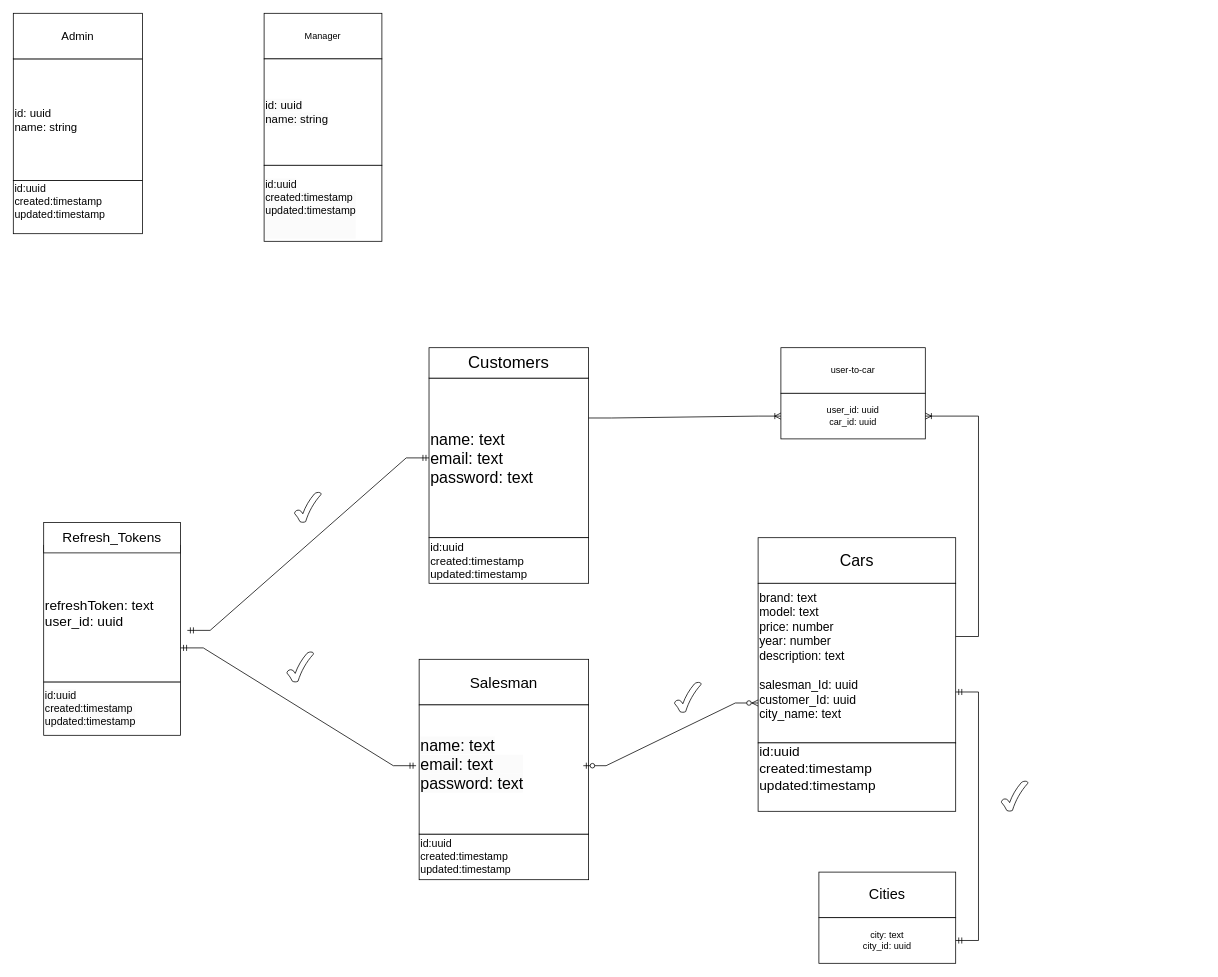
This is AutoRia.drawio from Alex1stTry/auto-ria-clone, a draw.io file, before an edit. Source tidied: cells renumbered, new cells numbered last; positions are measured from the earlier drawing's top-left corner, leaving out a move shared by most shapes. Both pictures are drawn from the tidied source at 76%, with x=0, y=0 at pixel (-86, 13).
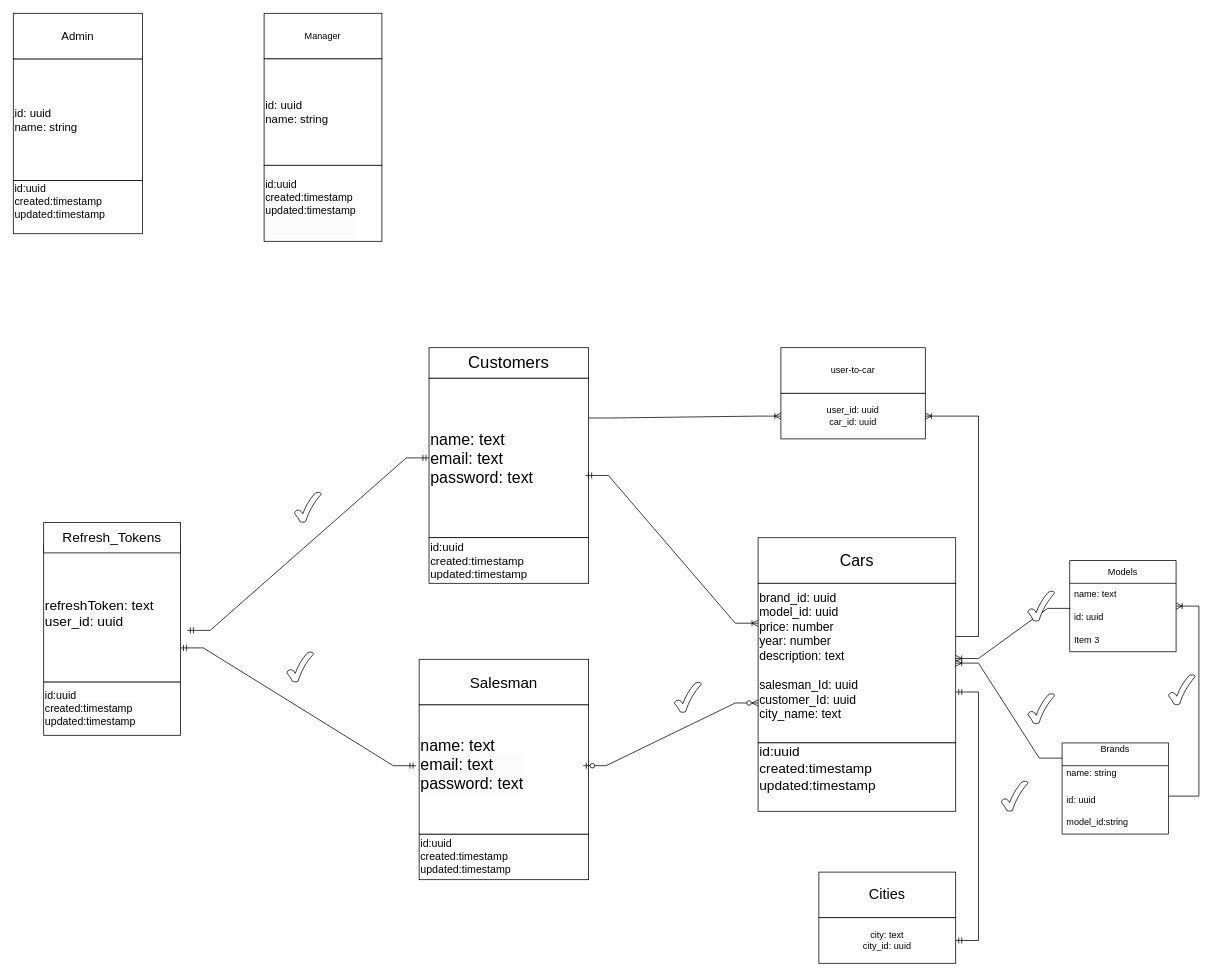
Above is the later version.

The change refers to these unchanged cells:
```xml
<mxCell id="2" value="&lt;font style=&quot;font-size: 21px;&quot;&gt;name: text&lt;/font&gt;&lt;div style=&quot;font-size: 21px;&quot;&gt;&lt;font style=&quot;font-size: 21px;&quot;&gt;email: text&lt;/font&gt;&lt;/div&gt;&lt;div style=&quot;font-size: 21px;&quot;&gt;&lt;font style=&quot;font-size: 21px;&quot;&gt;password: text&lt;/font&gt;&lt;/div&gt;" style="whiteSpace=wrap;html=1;align=left;" parent="1" vertex="1">
  <mxGeometry x="677" y="480" width="210" height="210" as="geometry" />
</mxCell>
```

The edit, as a diff of the source:
```diff
@@
-    <mxCell id="12" value="&lt;font style=&quot;font-size: 16px;&quot;&gt;brand: text&lt;/font&gt;&lt;div style=&quot;font-size: 16px;&quot;&gt;model: text&lt;/div&gt;&lt;div style=&quot;font-size: 16px;&quot;&gt;price: number&lt;/div&gt;&lt;div style=&quot;font-size: 16px;&quot;&gt;year: number&lt;/div&gt;&lt;div style=&quot;font-size: 16px;&quot;&gt;description: text&lt;/div&gt;&lt;div style=&quot;font-size: 16px;&quot;&gt;&lt;br&gt;&lt;/div&gt;&lt;div style=&quot;font-size: 16px;&quot;&gt;salesman_Id: uuid&lt;/div&gt;&lt;div style=&quot;font-size: 16px;&quot;&gt;customer_Id: uuid&lt;/div&gt;&lt;div style=&quot;font-size: 16px;&quot;&gt;city_name: text&lt;/div&gt;&lt;div style=&quot;font-size: 16px;&quot;&gt;&lt;br&gt;&lt;/div&gt;" style="rounded=0;whiteSpace=wrap;html=1;align=left;" parent="1" vertex="1">
+    <mxCell id="12" value="&lt;font style=&quot;font-size: 16px;&quot;&gt;brand_id: uuid&lt;/font&gt;&lt;div style=&quot;font-size: 16px;&quot;&gt;model_id: uuid&lt;/div&gt;&lt;div style=&quot;font-size: 16px;&quot;&gt;price: number&lt;/div&gt;&lt;div style=&quot;font-size: 16px;&quot;&gt;year: number&lt;/div&gt;&lt;div style=&quot;font-size: 16px;&quot;&gt;description: text&lt;/div&gt;&lt;div style=&quot;font-size: 16px;&quot;&gt;&lt;br&gt;&lt;/div&gt;&lt;div style=&quot;font-size: 16px;&quot;&gt;salesman_Id: uuid&lt;/div&gt;&lt;div style=&quot;font-size: 16px;&quot;&gt;customer_Id: uuid&lt;/div&gt;&lt;div style=&quot;font-size: 16px;&quot;&gt;city_name: text&lt;/div&gt;&lt;div style=&quot;font-size: 16px;&quot;&gt;&lt;br&gt;&lt;/div&gt;" style="rounded=0;whiteSpace=wrap;html=1;align=left;" parent="1" vertex="1">
       <mxGeometry x="1110" y="750" width="260" height="210" as="geometry" />
     </mxCell>
@@
+    <mxCell id="35" value="Models" style="swimlane;fontStyle=0;horizontal=1;startSize=30;whiteSpace=wrap;html=1;" parent="1" vertex="1">
+      <mxGeometry x="1520" y="720" width="140" height="120" as="geometry" />
+    </mxCell>
+    <mxCell id="36" value="name: text" style="text;strokeColor=none;fillColor=none;align=left;verticalAlign=middle;spacingLeft=4;spacingRight=4;overflow=hidden;points=[[0,0.5],[1,0.5]];portConstraint=eastwest;whiteSpace=wrap;html=1;" parent="35" vertex="1">
+      <mxGeometry y="30" width="140" height="30" as="geometry" />
+    </mxCell>
+    <mxCell id="37" value="id: uuid" style="text;strokeColor=none;fillColor=none;align=left;verticalAlign=middle;spacingLeft=4;spacingRight=4;overflow=hidden;whiteSpace=wrap;html=1;" parent="35" vertex="1">
+      <mxGeometry y="60" width="140" height="30" as="geometry" />
+    </mxCell>
+    <mxCell id="38" value="Item 3" style="text;strokeColor=none;fillColor=none;align=left;verticalAlign=middle;spacingLeft=4;spacingRight=4;overflow=hidden;whiteSpace=wrap;html=1;" parent="35" vertex="1">
+      <mxGeometry y="90" width="140" height="30" as="geometry" />
+    </mxCell>
+    <mxCell id="39" value="Brands&lt;div&gt;&lt;br&gt;&lt;/div&gt;" style="swimlane;fontStyle=0;horizontal=1;startSize=30;whiteSpace=wrap;html=1;" parent="1" vertex="1">
+      <mxGeometry x="1510" y="960" width="140" height="120" as="geometry" />
+    </mxCell>
+    <mxCell id="40" value="name: string&lt;div&gt;&lt;br&gt;&lt;/div&gt;" style="text;strokeColor=none;fillColor=none;align=left;verticalAlign=middle;spacingLeft=4;spacingRight=4;overflow=hidden;whiteSpace=wrap;html=1;" parent="39" vertex="1">
+      <mxGeometry y="30" width="140" height="30" as="geometry" />
+    </mxCell>
+    <mxCell id="41" value="id: uuid" style="text;strokeColor=none;fillColor=none;align=left;verticalAlign=middle;spacingLeft=4;spacingRight=4;overflow=hidden;whiteSpace=wrap;html=1;" parent="39" vertex="1">
+      <mxGeometry y="60" width="140" height="30" as="geometry" />
+    </mxCell>
+    <mxCell id="42" value="model_id:string" style="text;strokeColor=none;fillColor=none;align=left;verticalAlign=middle;spacingLeft=4;spacingRight=4;overflow=hidden;whiteSpace=wrap;html=1;" parent="39" vertex="1">
+      <mxGeometry y="90" width="140" height="30" as="geometry" />
+    </mxCell>
+    <mxCell id="43" style="edgeStyle=entityRelationEdgeStyle;fontSize=12;html=1;endArrow=ERoneToMany;startArrow=ERmandOne;rounded=0;exitX=0.981;exitY=0.61;exitDx=0;exitDy=0;exitPerimeter=0;entryX=0;entryY=0.25;entryDx=0;entryDy=0;" parent="1" edge="1" source="2" target="12">
+      <mxGeometry relative="1" as="geometry">
+        <Array as="points">
+          <mxPoint x="620" y="550" />
+        </Array>
+      </mxGeometry>
+    </mxCell>
+    <mxCell id="44" style="edgeStyle=entityRelationEdgeStyle;fontSize=12;html=1;endArrow=ERoneToMany;rounded=0;entryX=1;entryY=0.471;entryDx=0;entryDy=0;entryPerimeter=0;exitX=0.007;exitY=1.1;exitDx=0;exitDy=0;exitPerimeter=0;" parent="1" edge="1" source="36" target="12">
+      <mxGeometry relative="1" as="geometry">
+        <Array as="points">
+          <mxPoint x="1520" y="610" />
+        </Array>
+      </mxGeometry>
+    </mxCell>
+    <mxCell id="45" style="edgeStyle=entityRelationEdgeStyle;fontSize=12;html=1;endArrow=ERoneToMany;rounded=0;exitX=0;exitY=0.167;exitDx=0;exitDy=0;exitPerimeter=0;" parent="1" edge="1" source="39" target="12">
+      <mxGeometry relative="1" as="geometry">
+        <Array as="points">
+          <mxPoint x="1619" y="860.5" />
+          <mxPoint x="1729" y="850.5" />
+        </Array>
+      </mxGeometry>
+    </mxCell>
+    <mxCell id="46" style="verticalLabelPosition=bottom;verticalAlign=top;html=1;shape=mxgraph.basic.tick;" parent="1" vertex="1">
+      <mxGeometry x="1465" y="895" width="35" height="40" as="geometry" />
+    </mxCell>
+    <mxCell id="47" style="verticalLabelPosition=bottom;verticalAlign=top;html=1;shape=mxgraph.basic.tick;" parent="1" vertex="1">
+      <mxGeometry x="1465" y="760" width="35" height="40" as="geometry" />
+    </mxCell>
+    <mxCell id="48" style="edgeStyle=entityRelationEdgeStyle;fontSize=12;html=1;endArrow=ERoneToMany;rounded=0;" parent="1" edge="1" target="35">
+      <mxGeometry relative="1" as="geometry">
+        <mxPoint x="1650" y="1030" as="sourcePoint" />
+      </mxGeometry>
+    </mxCell>
+    <mxCell id="49" style="verticalLabelPosition=bottom;verticalAlign=top;html=1;shape=mxgraph.basic.tick;" parent="1" vertex="1">
+      <mxGeometry x="1650" y="870" width="35" height="40" as="geometry" />
+    </mxCell>
```
